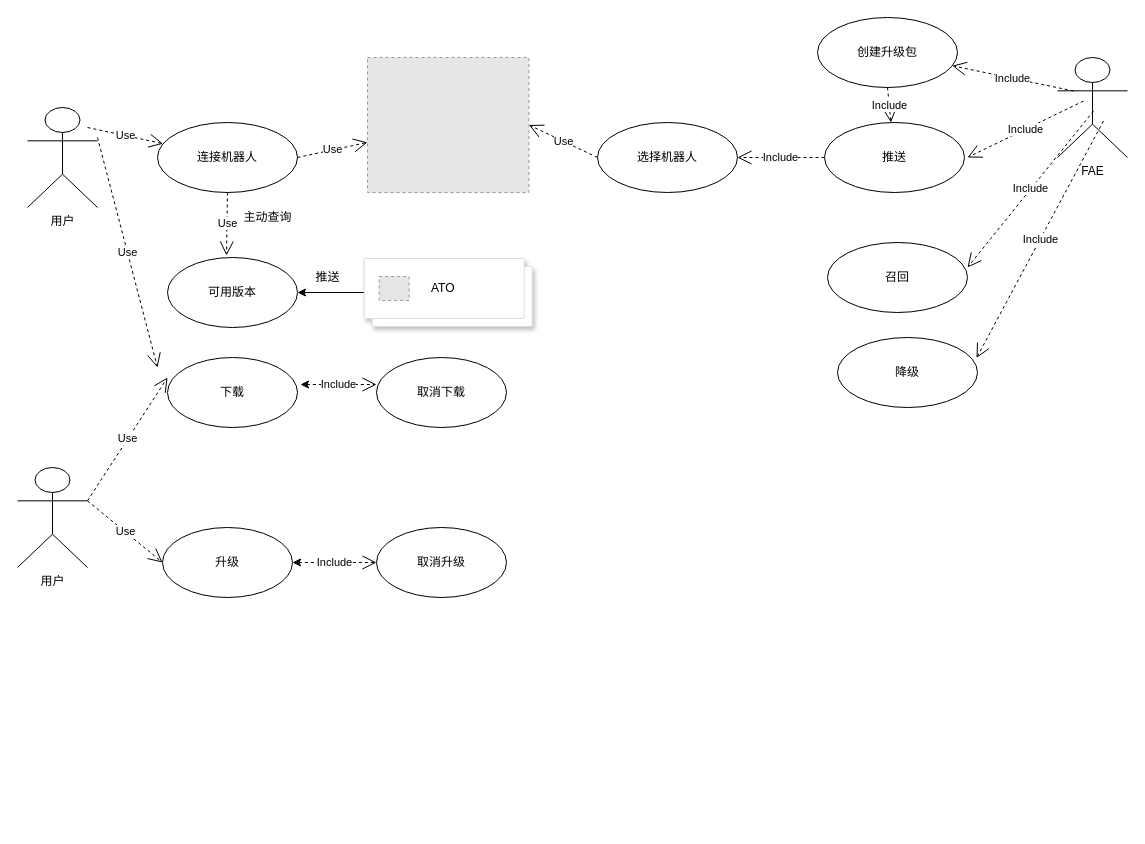
Above: craft/Case_push_site_1.drawio in feihu618/drawio (draw.io), before the change. Source tidied: cells renumbered, new cells numbered last; positions are measured from the earlier drawing's top-left corner, leaving out a move shared by most shapes. Both pictures are drawn from the tidied source at 100%, with x=0, y=0 at pixel (17, 17). Pictures stored in the file or linked from it are replaced by grey dashed boxes.
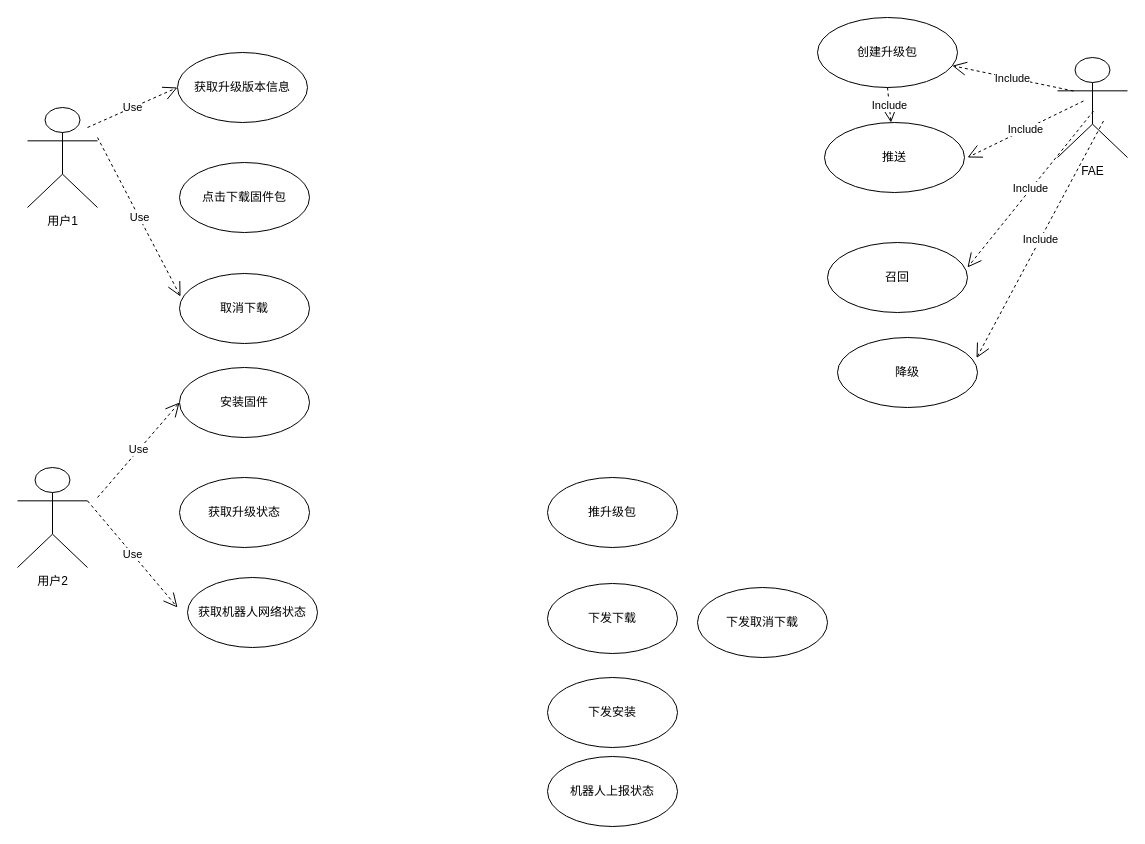
Above is the later version.

The change refers to these unchanged cells:
```xml
<mxCell id="9" value="推送" style="ellipse;whiteSpace=wrap;html=1;" parent="1" vertex="1">
  <mxGeometry x="807" y="105" width="140" height="70" as="geometry" />
</mxCell>
```

Diff of the diagram source:
```diff
@@
-    <mxCell id="2" value="连接机器人" style="ellipse;whiteSpace=wrap;html=1;" parent="1" vertex="1">
-      <mxGeometry x="140" y="105" width="140" height="70" as="geometry" />
-    </mxCell>
-    <mxCell id="3" value="用户" style="shape=umlActor;verticalLabelPosition=bottom;verticalAlign=top;html=1;" parent="1" vertex="1">
+    <mxCell id="3" value="用户1" style="shape=umlActor;verticalLabelPosition=bottom;verticalAlign=top;html=1;" parent="1" vertex="1">
       <mxGeometry x="10" y="90" width="70" height="100" as="geometry" />
     </mxCell>
-    <mxCell id="4" value="选择机器人" style="ellipse;whiteSpace=wrap;html=1;" parent="1" vertex="1">
-      <mxGeometry x="580" y="105" width="140" height="70" as="geometry" />
-    </mxCell>
-    <mxCell id="5" value="Include" style="endArrow=open;endSize=12;dashed=1;html=1;rounded=0;entryX=1;entryY=0.5;entryDx=0;entryDy=0;exitX=0;exitY=0.5;exitDx=0;exitDy=0;" parent="1" edge="1" source="9" target="4">
-      <mxGeometry relative="1" as="geometry" />
-    </mxCell>
-    <mxCell id="6" value="Use" style="endArrow=open;endSize=12;dashed=1;html=1;rounded=0;" parent="1" edge="1" target="2">
+    <mxCell id="6" value="Use" style="endArrow=open;endSize=12;dashed=1;html=1;rounded=0;entryX=0;entryY=0.5;entryDx=0;entryDy=0;" parent="1" edge="1" target="16">
       <mxGeometry relative="1" as="geometry">
         <mxPoint x="70" y="110" as="sourcePoint" />
       </mxGeometry>
     </mxCell>
@@
-    <mxCell id="16" value="可用版本" style="ellipse;whiteSpace=wrap;html=1;" parent="1" vertex="1">
-      <mxGeometry x="150" y="240" width="130" height="70" as="geometry" />
+    <mxCell id="16" value="获取升级版本信息" style="ellipse;whiteSpace=wrap;html=1;" parent="1" vertex="1">
+      <mxGeometry x="160" y="35" width="130" height="70" as="geometry" />
     </mxCell>
-    <mxCell id="17" value="Use" style="endArrow=open;endSize=12;dashed=1;html=1;rounded=0;exitX=0.5;exitY=1;exitDx=0;exitDy=0;entryX=0.454;entryY=-0.029;entryDx=0;entryDy=0;entryPerimeter=0;" parent="1" edge="1" source="2" target="16">
-      <mxGeometry relative="1" as="geometry" />
-    </mxCell>
-    <mxCell id="18" value="下载" style="ellipse;whiteSpace=wrap;html=1;" parent="1" vertex="1">
-      <mxGeometry x="150" y="340" width="130" height="70" as="geometry" />
+    <mxCell id="18" value="点击下载固件包" style="ellipse;whiteSpace=wrap;html=1;" parent="1" vertex="1">
+      <mxGeometry x="162" y="145" width="130" height="70" as="geometry" />
     </mxCell>
-    <mxCell id="19" value="主动查询" style="text;html=1;align=center;verticalAlign=middle;fillColor=none;strokeColor=none;rounded=0;" parent="1" vertex="1">
-      <mxGeometry x="220" y="190" width="60" height="20" as="geometry" />
-    </mxCell>
-    <mxCell id="20" style="edgeStyle=orthogonalEdgeStyle;rounded=0;jettySize=auto;html=1;entryX=1;entryY=0.5;entryDx=0;entryDy=0;" parent="1" edge="1" source="21" target="16">
-      <mxGeometry relative="1" as="geometry" />
-    </mxCell>
-    <mxCell id="21" style="shape=mxgraph.gcp2.doubleRect;strokeColor=#dddddd;shadow=1;strokeWidth=1;rounded=1;absoluteArcSize=1;arcSize=2;" parent="1" vertex="1">
-      <mxGeometry x="346.7" y="241" width="168" height="68" as="geometry" />
-    </mxCell>
-    <mxCell id="22" value="&lt;font color=&quot;#000000&quot;&gt;ATO&lt;/font&gt;" style="fillColor=#E6E6E6;strokeColor=#999999;dashed=1;html=1;fontColor=#999999;verticalLabelPosition=middle;labelBackgroundColor=#ffffff;verticalAlign=middle;labelPosition=right;align=left;spacingLeft=20;" parent="21" vertex="1">
-      <mxGeometry width="30" height="24" relative="1" as="geometry">
-        <mxPoint x="15" y="18" as="offset" />
-      </mxGeometry>
-    </mxCell>
@@
-    <mxCell id="24" style="fillColor=#E6E6E6;strokeColor=#999999;dashed=1;verticalLabelPosition=bottom;verticalAlign=top;" parent="1" vertex="1">
-      <mxGeometry x="350" y="40" width="161.5" height="135" as="geometry" />
-    </mxCell>
-    <mxCell id="25" value="Use" style="endArrow=open;endSize=12;dashed=1;html=1;rounded=0;exitX=1;exitY=0.5;exitDx=0;exitDy=0;" parent="1" edge="1" source="2" target="24">
-      <mxGeometry relative="1" as="geometry" />
-    </mxCell>
-    <mxCell id="26" value="Use" style="endArrow=open;endSize=12;dashed=1;html=1;rounded=0;exitX=0;exitY=0.5;exitDx=0;exitDy=0;entryX=1;entryY=0.5;entryDx=0;entryDy=0;" parent="1" edge="1" source="4" target="24">
-      <mxGeometry relative="1" as="geometry" />
-    </mxCell>
-    <mxCell id="27" value="&lt;span style=&quot;&quot;&gt;推送&lt;/span&gt;" style="text;html=1;align=center;verticalAlign=middle;strokeColor=none;fillColor=none;" parent="1" vertex="1">
-      <mxGeometry x="290" y="250" width="40" height="20" as="geometry" />
-    </mxCell>
     <mxCell id="28" value="取消下载" style="ellipse;whiteSpace=wrap;html=1;" parent="1" vertex="1">
-      <mxGeometry x="359" y="340" width="130" height="70" as="geometry" />
+      <mxGeometry x="162" y="256" width="130" height="70" as="geometry" />
     </mxCell>
-    <mxCell id="29" value="Use" style="endArrow=open;endSize=12;dashed=1;html=1;rounded=0;" parent="1" edge="1">
+    <mxCell id="29" value="Use" style="endArrow=open;endSize=12;dashed=1;html=1;rounded=0;entryX=0.008;entryY=0.329;entryDx=0;entryDy=0;entryPerimeter=0;" parent="1" edge="1" target="28">
       <mxGeometry relative="1" as="geometry">
         <mxPoint x="80" y="120" as="sourcePoint" />
-        <mxPoint x="140" y="350" as="targetPoint" />
       </mxGeometry>
     </mxCell>
-    <mxCell id="30" value="升级" style="ellipse;whiteSpace=wrap;html=1;" parent="1" vertex="1">
-      <mxGeometry x="145" y="510" width="130" height="70" as="geometry" />
+    <mxCell id="30" value="安装固件" style="ellipse;whiteSpace=wrap;html=1;" parent="1" vertex="1">
+      <mxGeometry x="162" y="350" width="130" height="70" as="geometry" />
     </mxCell>
-    <mxCell id="31" value="取消升级" style="ellipse;whiteSpace=wrap;html=1;" parent="1" vertex="1">
-      <mxGeometry x="359" y="510" width="130" height="70" as="geometry" />
+    <mxCell id="31" value="获取升级状态" style="ellipse;whiteSpace=wrap;html=1;" parent="1" vertex="1">
+      <mxGeometry x="162" y="460" width="130" height="70" as="geometry" />
     </mxCell>
-    <mxCell id="32" value="用户" style="shape=umlActor;verticalLabelPosition=bottom;verticalAlign=top;html=1;" parent="1" vertex="1">
+    <mxCell id="32" value="用户2" style="shape=umlActor;verticalLabelPosition=bottom;verticalAlign=top;html=1;" parent="1" vertex="1">
       <mxGeometry y="450" width="70" height="100" as="geometry" />
     </mxCell>
-    <mxCell id="33" value="Include" style="endArrow=open;endSize=12;dashed=1;html=1;rounded=0;entryX=0;entryY=0.386;entryDx=0;entryDy=0;exitX=1.023;exitY=0.386;exitDx=0;exitDy=0;exitPerimeter=0;entryPerimeter=0;startArrow=classic;startFill=1;" parent="1" edge="1" source="18" target="28">
-      <mxGeometry relative="1" as="geometry" />
-    </mxCell>
-    <mxCell id="34" value="Include" style="endArrow=open;endSize=12;dashed=1;html=1;rounded=0;entryX=0;entryY=0.5;entryDx=0;entryDy=0;exitX=1;exitY=0.5;exitDx=0;exitDy=0;startArrow=classic;startFill=1;" parent="1" edge="1" source="30" target="31">
-      <mxGeometry relative="1" as="geometry" />
-    </mxCell>
     <mxCell id="35" value="Use" style="endArrow=open;endSize=12;dashed=1;html=1;rounded=0;exitX=1;exitY=0.3333333333333333;exitDx=0;exitDy=0;exitPerimeter=0;" parent="1" edge="1" source="32">
       <mxGeometry relative="1" as="geometry">
-        <mxPoint x="150" y="360" as="targetPoint" />
+        <mxPoint x="160" y="590" as="targetPoint" />
       </mxGeometry>
     </mxCell>
-    <mxCell id="36" value="Use" style="endArrow=open;endSize=12;dashed=1;html=1;rounded=0;exitX=1;exitY=0.3333333333333333;exitDx=0;exitDy=0;exitPerimeter=0;entryX=0;entryY=0.5;entryDx=0;entryDy=0;" parent="1" edge="1" source="32" target="30">
-      <mxGeometry relative="1" as="geometry" />
+    <mxCell id="36" value="Use" style="endArrow=open;endSize=12;dashed=1;html=1;rounded=0;entryX=0;entryY=0.5;entryDx=0;entryDy=0;" parent="1" edge="1" target="30">
+      <mxGeometry relative="1" as="geometry">
+        <mxPoint x="80" y="480" as="sourcePoint" />
+      </mxGeometry>
     </mxCell>
+    <mxCell id="37" value="获取机器人网络状态" style="ellipse;whiteSpace=wrap;html=1;" parent="1" vertex="1">
+      <mxGeometry x="170" y="560" width="130" height="70" as="geometry" />
+    </mxCell>
+    <mxCell id="38" value="推升级包" style="ellipse;whiteSpace=wrap;html=1;" parent="1" vertex="1">
+      <mxGeometry x="530" y="460" width="130" height="70" as="geometry" />
+    </mxCell>
+    <mxCell id="39" value="下发下载" style="ellipse;whiteSpace=wrap;html=1;" parent="1" vertex="1">
+      <mxGeometry x="530" y="566" width="130" height="70" as="geometry" />
+    </mxCell>
+    <mxCell id="40" value="下发安装" style="ellipse;whiteSpace=wrap;html=1;" parent="1" vertex="1">
+      <mxGeometry x="530" y="660" width="130" height="70" as="geometry" />
+    </mxCell>
+    <mxCell id="41" value="下发取消下载" style="ellipse;whiteSpace=wrap;html=1;" parent="1" vertex="1">
+      <mxGeometry x="680" y="570" width="130" height="70" as="geometry" />
+    </mxCell>
+    <mxCell id="42" value="机器人上报状态" style="ellipse;whiteSpace=wrap;html=1;" parent="1" vertex="1">
+      <mxGeometry x="530" y="739" width="130" height="70" as="geometry" />
+    </mxCell>
```
